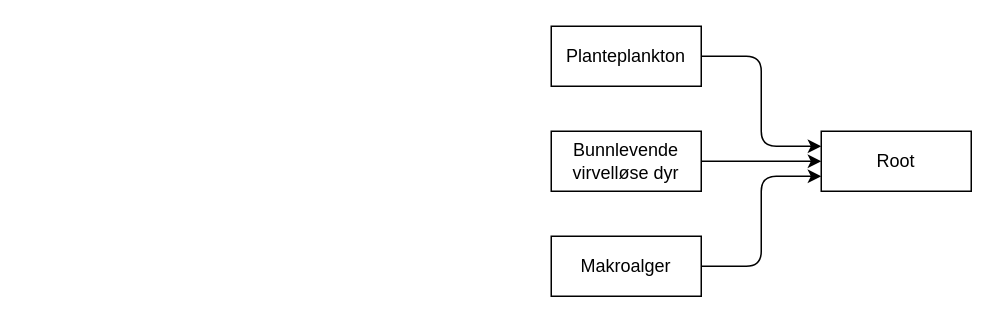
This is martini.drawio from ciaran-dk/flowchart, a draw.io file, before an edit. Source tidied: cells renumbered, new cells numbered last; positions are measured from the earlier drawing's top-left corner, leaving out a move shared by most shapes. Both pictures are drawn from the tidied source at 150%, with x=0, y=0 at pixel (550, 26).
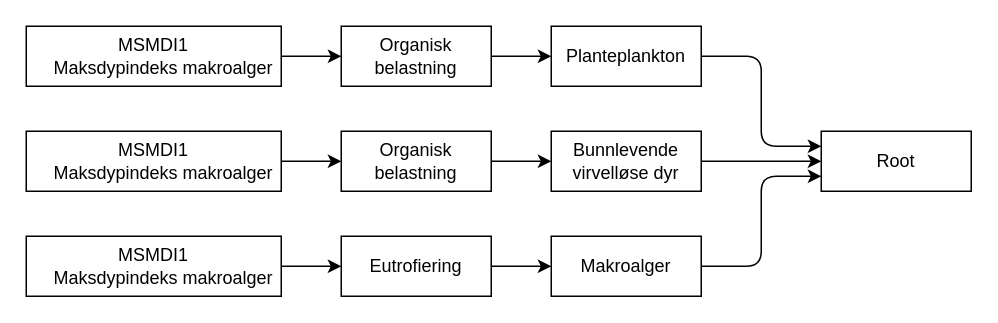
The same diagram, later.

Unchanged cells that the change refers to:
```xml
<mxCell id="2" value="Planteplankton" style="whiteSpace=wrap;html=1;" parent="1" vertex="1">
  <mxGeometry width="100" height="40" as="geometry" />
</mxCell>
<mxCell id="5" value="Bunnlevende virvelløse dyr" style="whiteSpace=wrap;html=1;" parent="1" vertex="1">
  <mxGeometry y="70" width="100" height="40" as="geometry" />
</mxCell>
<mxCell id="7" value="Makroalger" style="whiteSpace=wrap;html=1;" parent="1" vertex="1">
  <mxGeometry y="140" width="100" height="40" as="geometry" />
</mxCell>
```

Diff of the diagram source:
```diff
@@
+    <mxCell id="9" value="Eutrofiering" style="whiteSpace=wrap;html=1;" parent="1" vertex="1">
+      <mxGeometry x="-140" y="140" width="100" height="40" as="geometry" />
+    </mxCell>
+    <mxCell id="10" style="edgeStyle=elbowEdgeStyle;elbow=horizontal;html=1;rounded=1;curved=0;sourcePerimeterSpacing=0;targetPerimeterSpacing=0;startSize=6;endSize=6;entryX=0;entryY=0.5;entryDx=0;entryDy=0;" parent="1" edge="1" source="9" target="7">
+      <mxGeometry relative="1" as="geometry" />
+    </mxCell>
+    <mxCell id="11" value="&lt;div&gt;MSMDI1&lt;/div&gt;&lt;div&gt;&amp;nbsp; &amp;nbsp; Maksdypindeks makroalger&lt;/div&gt;" style="whiteSpace=wrap;html=1;" parent="1" vertex="1">
+      <mxGeometry x="-350" y="140" width="170" height="40" as="geometry" />
+    </mxCell>
+    <mxCell id="12" style="edgeStyle=elbowEdgeStyle;elbow=horizontal;html=1;rounded=1;curved=0;sourcePerimeterSpacing=0;targetPerimeterSpacing=0;startSize=6;endSize=6;entryX=0;entryY=0.5;entryDx=0;entryDy=0;" parent="1" edge="1" source="11" target="9">
+      <mxGeometry relative="1" as="geometry" />
+    </mxCell>
+    <mxCell id="13" value="Organisk belastning" style="whiteSpace=wrap;html=1;" parent="1" vertex="1">
+      <mxGeometry x="-140" y="70" width="100" height="40" as="geometry" />
+    </mxCell>
+    <mxCell id="14" style="edgeStyle=elbowEdgeStyle;elbow=horizontal;html=1;rounded=1;curved=0;sourcePerimeterSpacing=0;targetPerimeterSpacing=0;startSize=6;endSize=6;entryX=0;entryY=0.5;entryDx=0;entryDy=0;" parent="1" edge="1" source="13" target="5">
+      <mxGeometry relative="1" as="geometry" />
+    </mxCell>
+    <mxCell id="15" value="&lt;div&gt;MSMDI1&lt;/div&gt;&lt;div&gt;&amp;nbsp; &amp;nbsp; Maksdypindeks makroalger&lt;/div&gt;" style="whiteSpace=wrap;html=1;" parent="1" vertex="1">
+      <mxGeometry x="-350" y="70" width="170" height="40" as="geometry" />
+    </mxCell>
+    <mxCell id="16" style="edgeStyle=elbowEdgeStyle;elbow=horizontal;html=1;rounded=1;curved=0;sourcePerimeterSpacing=0;targetPerimeterSpacing=0;startSize=6;endSize=6;entryX=0;entryY=0.5;entryDx=0;entryDy=0;" parent="1" edge="1" source="15" target="13">
+      <mxGeometry relative="1" as="geometry" />
+    </mxCell>
+    <mxCell id="17" value="Organisk belastning" style="whiteSpace=wrap;html=1;" parent="1" vertex="1">
+      <mxGeometry x="-140" width="100" height="40" as="geometry" />
+    </mxCell>
+    <mxCell id="18" style="edgeStyle=elbowEdgeStyle;elbow=horizontal;html=1;rounded=1;curved=0;sourcePerimeterSpacing=0;targetPerimeterSpacing=0;startSize=6;endSize=6;entryX=0;entryY=0.5;entryDx=0;entryDy=0;" parent="1" edge="1" source="17" target="2">
+      <mxGeometry relative="1" as="geometry" />
+    </mxCell>
+    <mxCell id="19" value="&lt;div&gt;MSMDI1&lt;/div&gt;&lt;div&gt;&amp;nbsp; &amp;nbsp; Maksdypindeks makroalger&lt;/div&gt;" style="whiteSpace=wrap;html=1;" parent="1" vertex="1">
+      <mxGeometry x="-350" width="170" height="40" as="geometry" />
+    </mxCell>
+    <mxCell id="20" style="edgeStyle=elbowEdgeStyle;elbow=horizontal;html=1;rounded=1;curved=0;sourcePerimeterSpacing=0;targetPerimeterSpacing=0;startSize=6;endSize=6;entryX=0;entryY=0.5;entryDx=0;entryDy=0;" parent="1" edge="1" source="19" target="17">
+      <mxGeometry relative="1" as="geometry" />
+    </mxCell>
```
